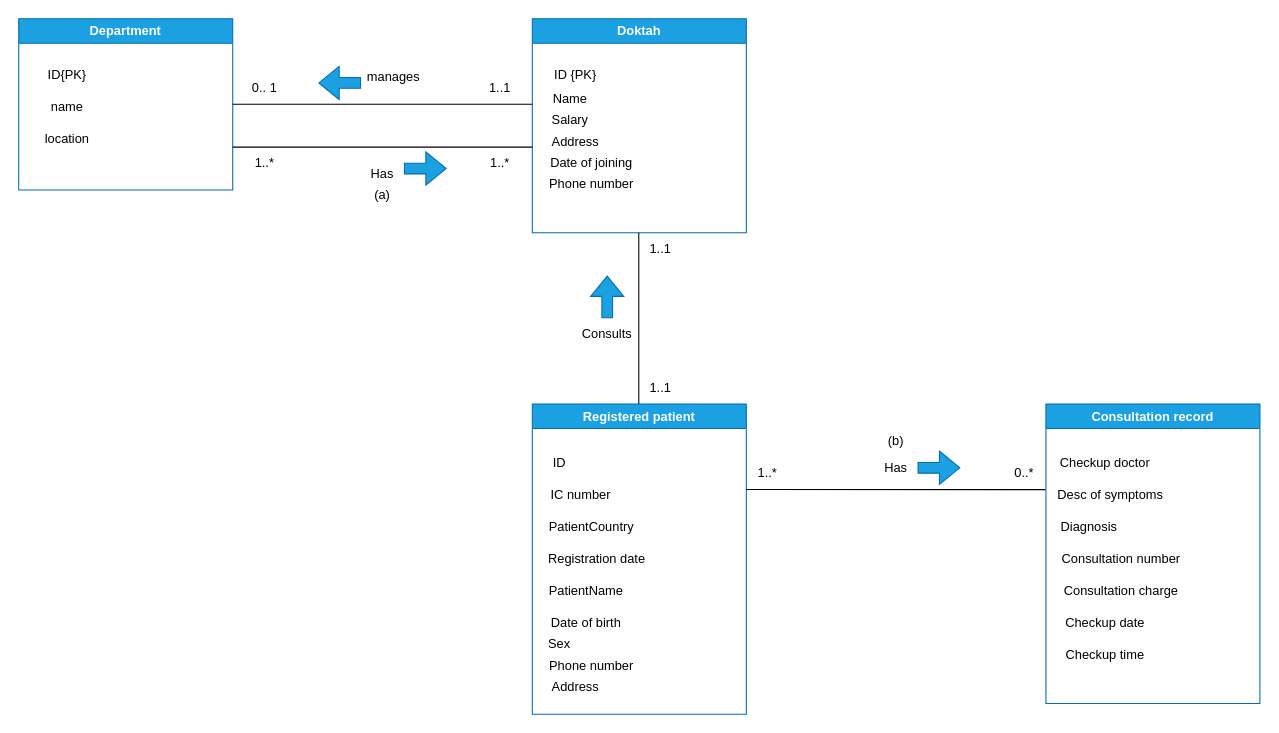
Above: Student1_DBMS_ASSN1.drawio in Antonioiewh/DB_MANAGEMENT (draw.io), before the change. Source tidied: cells renumbered, new cells numbered last; positions are measured from the earlier drawing's top-left corner, leaving out a move shared by most shapes. Both pictures are drawn from the tidied source at 107%, with x=0, y=0 at pixel (18, 18).
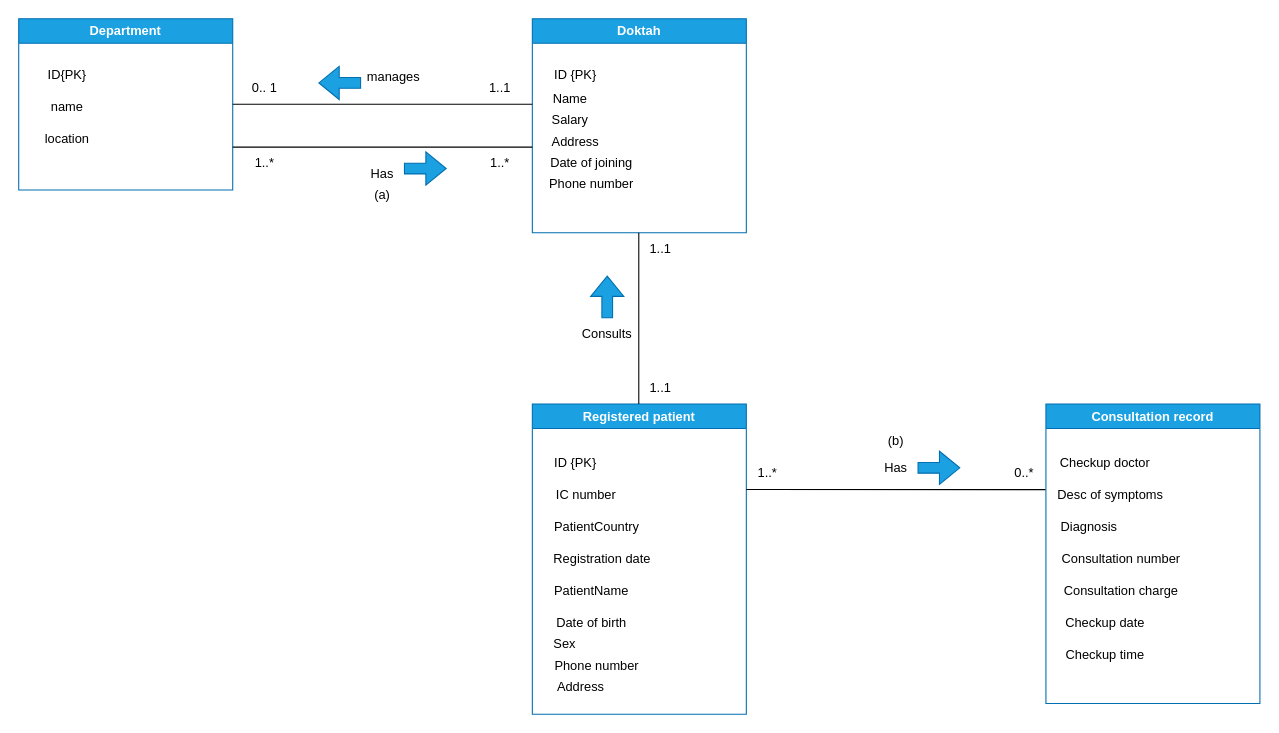
The same diagram, later.

Unchanged cells that the change refers to:
```xml
<mxCell id="13" value="Registered patient" style="swimlane;whiteSpace=wrap;html=1;fillColor=#1ba1e2;fontColor=#ffffff;strokeColor=#006EAF;" parent="1" vertex="1">
  <mxGeometry x="480" y="360" width="200" height="290" as="geometry" />
</mxCell>
```

Change to the diagram source:
```diff
@@
-    <mxCell id="14" value="ID" style="text;html=1;align=center;verticalAlign=middle;strokeColor=none;fillColor=none;" parent="13" vertex="1">
-      <mxGeometry x="5" y="40" width="40" height="30" as="geometry" />
+    <mxCell id="14" value="ID {PK}" style="text;html=1;align=center;verticalAlign=middle;strokeColor=none;fillColor=none;" parent="13" vertex="1">
+      <mxGeometry x="10" y="40" width="60" height="30" as="geometry" />
     </mxCell>
     <mxCell id="15" value="Registration date" style="text;html=1;align=center;verticalAlign=middle;strokeColor=none;fillColor=none;" parent="13" vertex="1">
-      <mxGeometry x="5" y="130" width="110" height="30" as="geometry" />
+      <mxGeometry x="10" y="130" width="110" height="30" as="geometry" />
     </mxCell>
     <mxCell id="16" value="PatientName" style="text;html=1;align=center;verticalAlign=middle;strokeColor=none;fillColor=none;" parent="13" vertex="1">
-      <mxGeometry x="5" y="160" width="90" height="30" as="geometry" />
+      <mxGeometry x="10" y="160" width="90" height="30" as="geometry" />
     </mxCell>
     <mxCell id="17" value="PatientCountry" style="text;html=1;align=center;verticalAlign=middle;strokeColor=none;fillColor=none;" parent="13" vertex="1">
-      <mxGeometry x="5" y="100" width="100" height="30" as="geometry" />
+      <mxGeometry x="10" y="100" width="100" height="30" as="geometry" />
     </mxCell>
     <mxCell id="18" value="IC number" style="text;html=1;align=center;verticalAlign=middle;strokeColor=none;fillColor=none;" parent="13" vertex="1">
-      <mxGeometry x="5" y="70" width="80" height="30" as="geometry" />
+      <mxGeometry x="10" y="70" width="80" height="30" as="geometry" />
     </mxCell>
     <mxCell id="19" value="Date of birth" style="text;html=1;align=center;verticalAlign=middle;strokeColor=none;fillColor=none;" parent="13" vertex="1">
-      <mxGeometry x="5" y="190" width="90" height="30" as="geometry" />
+      <mxGeometry x="10" y="190" width="90" height="30" as="geometry" />
     </mxCell>
     <mxCell id="20" value="Sex" style="text;html=1;align=center;verticalAlign=middle;strokeColor=none;fillColor=none;" parent="13" vertex="1">
-      <mxGeometry x="5" y="210" width="40" height="30" as="geometry" />
+      <mxGeometry x="10" y="210" width="40" height="30" as="geometry" />
     </mxCell>
     <mxCell id="21" value="Phone number" style="text;html=1;align=center;verticalAlign=middle;strokeColor=none;fillColor=none;" parent="13" vertex="1">
-      <mxGeometry x="5" y="230" width="100" height="30" as="geometry" />
+      <mxGeometry x="10" y="230" width="100" height="30" as="geometry" />
     </mxCell>
     <mxCell id="22" value="Address" style="text;html=1;align=center;verticalAlign=middle;strokeColor=none;fillColor=none;" parent="13" vertex="1">
-      <mxGeometry x="5" y="250" width="70" height="30" as="geometry" />
+      <mxGeometry x="10" y="250" width="70" height="30" as="geometry" />
     </mxCell>
```
